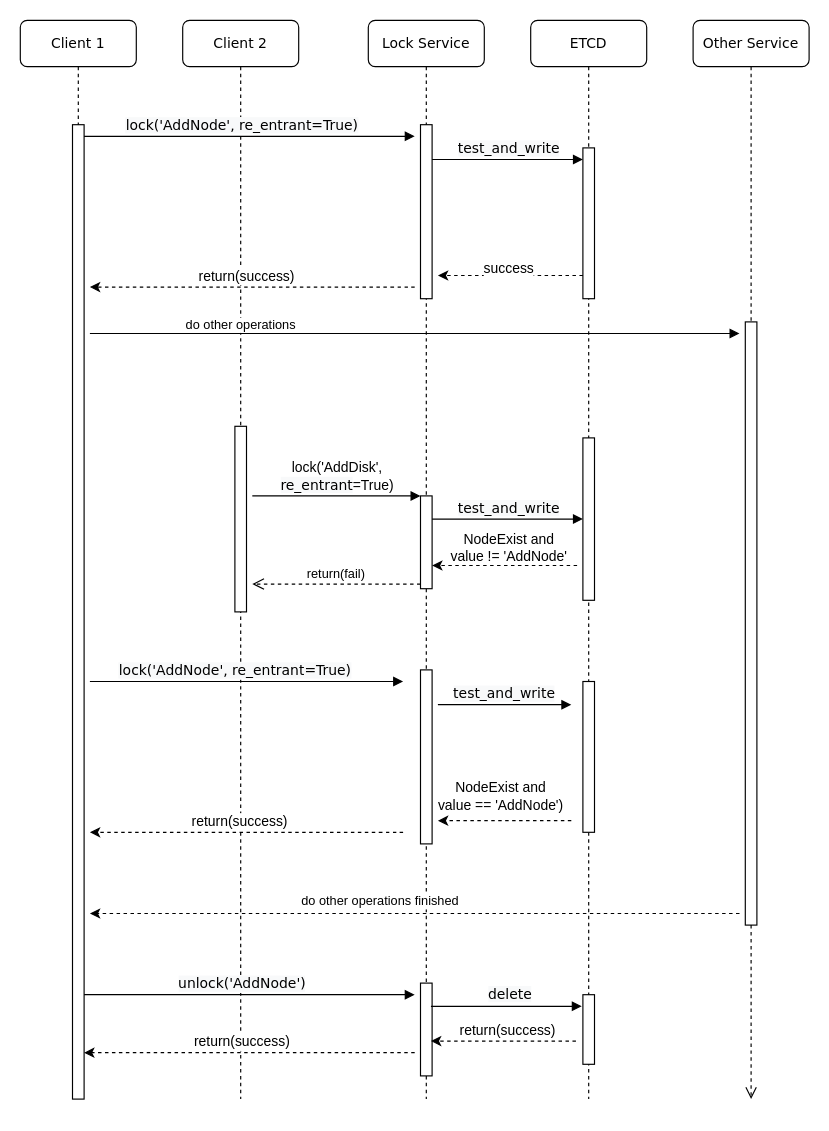
This is lockservice-func-spec.drawio from terryzhu/playground, a draw.io file, before an edit. Source tidied: cells renumbered, new cells numbered last; positions are measured from the earlier drawing's top-left corner, leaving out a move shared by most shapes. Both pictures are drawn from the tidied source at 116%, with x=0, y=0 at pixel (20, 20).
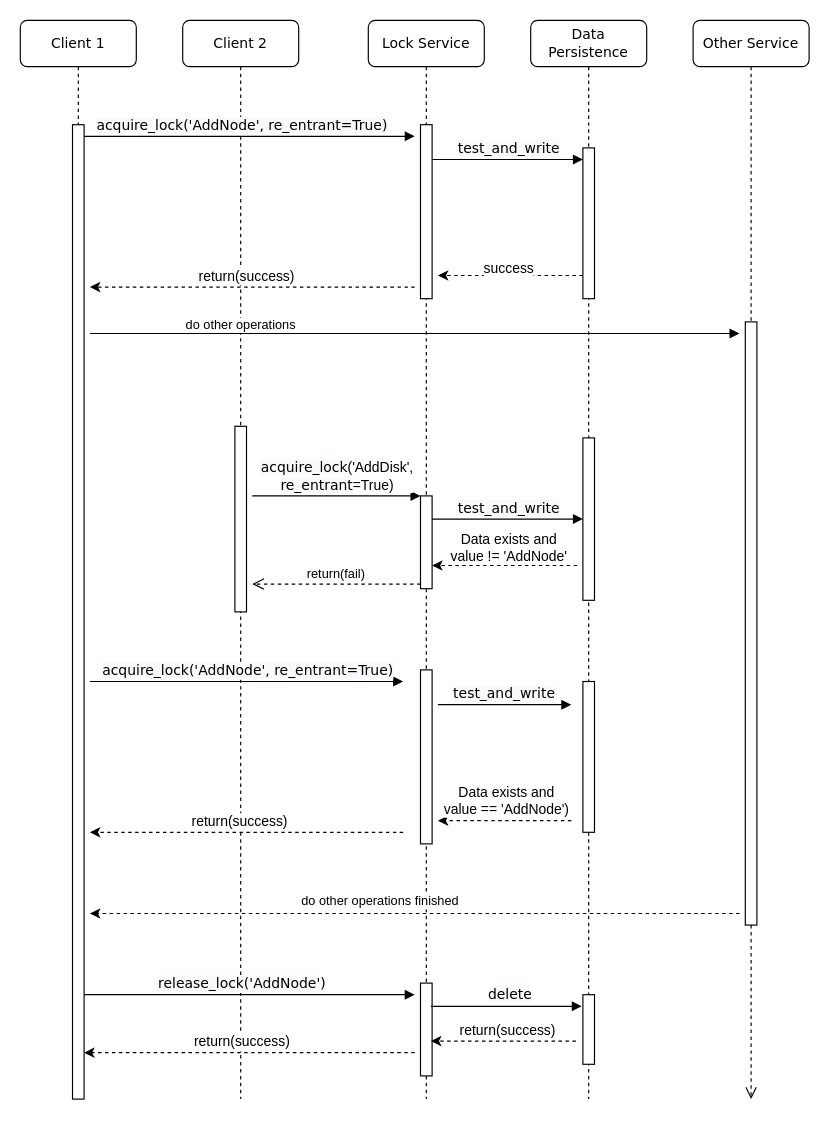
Above is the later version.

Unchanged cells that the change refers to:
```xml
<mxCell id="6" style="html=1;points=[];perimeter=orthogonalPerimeter;" parent="4" vertex="1">
  <mxGeometry x="45" y="410" width="10" height="80" as="geometry" />
</mxCell>
<mxCell id="21" style="html=1;verticalAlign=bottom;endArrow=block;labelBackgroundColor=none;fontFamily=Verdana;fontSize=12;edgeStyle=elbowEdgeStyle;elbow=vertical;" parent="1" edge="1" source="16">
  <mxGeometry relative="1" as="geometry">
    <mxPoint x="340" y="100" as="targetPoint" />
  </mxGeometry>
</mxCell>
<mxCell id="32" style="endArrow=classic;html=1;dashed=1;" parent="1" edge="1">
  <mxGeometry relative="1" as="geometry">
    <mxPoint x="480" y="470" as="sourcePoint" />
    <mxPoint x="355" y="470" as="targetPoint" />
  </mxGeometry>
</mxCell>
<mxCell id="34" style="html=1;verticalAlign=bottom;endArrow=block;labelBackgroundColor=none;fontFamily=Verdana;fontSize=12;edgeStyle=elbowEdgeStyle;elbow=vertical;" parent="1" edge="1">
  <mxGeometry relative="1" as="geometry">
    <mxPoint x="55" y="840" as="sourcePoint" />
    <mxPoint x="340" y="840" as="targetPoint" />
  </mxGeometry>
</mxCell>
<mxCell id="44" style="html=1;verticalAlign=bottom;endArrow=block;labelBackgroundColor=none;fontFamily=Verdana;fontSize=12;edgeStyle=elbowEdgeStyle;elbow=vertical;" parent="1" edge="1">
  <mxGeometry relative="1" as="geometry">
    <mxPoint x="60" y="570" as="sourcePoint" />
    <mxPoint x="330" y="570" as="targetPoint" />
  </mxGeometry>
</mxCell>
```

The edit, as a diff of the source:
```diff
@@
-    <mxCell id="9" value="ETCD" style="shape=umlLifeline;perimeter=lifelinePerimeter;whiteSpace=wrap;html=1;rounded=1;shadow=0;comic=0;labelBackgroundColor=none;strokeWidth=1;fontFamily=Verdana;fontSize=12;align=center;" parent="1" vertex="1">
+    <mxCell id="9" value="Data&lt;br&gt;Persistence" style="shape=umlLifeline;perimeter=lifelinePerimeter;whiteSpace=wrap;html=1;rounded=1;shadow=0;comic=0;labelBackgroundColor=none;strokeWidth=1;fontFamily=Verdana;fontSize=12;align=center;" parent="1" vertex="1">
       <mxGeometry x="440" width="100" height="930" as="geometry" />
     </mxCell>
@@
-    <mxCell id="22" value="&lt;span style=&quot;font-family: &amp;#34;verdana&amp;#34; ; background-color: rgb(248 , 249 , 250)&quot;&gt;lock('AddNode', re_entrant=True)&lt;/span&gt;" style="text;html=1;align=center;verticalAlign=middle;labelBackgroundColor=#ffffff;" parent="21" vertex="1">
+    <mxCell id="22" value="&lt;span style=&quot;font-family: &amp;#34;verdana&amp;#34; ; background-color: rgb(248 , 249 , 250)&quot;&gt;acquire_lock('AddNode', re_entrant=True)&lt;/span&gt;" style="text;html=1;align=center;verticalAlign=middle;labelBackgroundColor=#ffffff;" parent="21" vertex="1">
       <mxGeometry x="0.44" y="-1" relative="1" as="geometry">
         <mxPoint x="-70" y="-11" as="offset" />
       </mxGeometry>
     </mxCell>
@@
-    <mxCell id="27" value="&lt;font style=&quot;font-size: 12px&quot;&gt;lock('AddDisk', &lt;br&gt;&lt;span style=&quot;font-family: &amp;#34;verdana&amp;#34; ; background-color: rgb(248 , 249 , 250)&quot;&gt;re_entrant&lt;/span&gt;=True)&lt;/font&gt;" style="html=1;verticalAlign=bottom;endArrow=block;entryX=0;entryY=0;fontSize=12;" parent="1" edge="1" target="6">
+    <mxCell id="27" value="&lt;font style=&quot;font-size: 12px&quot;&gt;&lt;span style=&quot;font-family: &amp;#34;verdana&amp;#34; ; background-color: rgb(248 , 249 , 250)&quot;&gt;acquire_lock&lt;/span&gt;('AddDisk', &lt;br&gt;&lt;span style=&quot;font-family: &amp;#34;verdana&amp;#34; ; background-color: rgb(248 , 249 , 250)&quot;&gt;re_entrant&lt;/span&gt;=True)&lt;/font&gt;" style="html=1;verticalAlign=bottom;endArrow=block;entryX=0;entryY=0;fontSize=12;" parent="1" edge="1" target="6">
       <mxGeometry relative="1" as="geometry">
         <mxPoint x="200" y="410" as="sourcePoint" />
       </mxGeometry>
     </mxCell>
@@
-    <mxCell id="33" value="NodeExist and &lt;br&gt;value != 'AddNode'" style="text;html=1;align=center;verticalAlign=middle;labelBackgroundColor=#ffffff;" parent="32" vertex="1">
+    <mxCell id="33" value="Data exists and &lt;br&gt;value != 'AddNode'" style="text;html=1;align=center;verticalAlign=middle;labelBackgroundColor=#ffffff;" parent="32" vertex="1">
       <mxGeometry x="0.35" y="-6" relative="1" as="geometry">
         <mxPoint x="24" y="-10" as="offset" />
       </mxGeometry>
     </mxCell>
@@
-    <mxCell id="35" value="&lt;span style=&quot;font-family: &amp;#34;verdana&amp;#34; ; background-color: rgb(248 , 249 , 250)&quot;&gt;unlock('AddNode')&lt;/span&gt;" style="text;html=1;align=center;verticalAlign=middle;labelBackgroundColor=#ffffff;" parent="34" vertex="1">
+    <mxCell id="35" value="&lt;span style=&quot;font-family: &amp;#34;verdana&amp;#34; ; background-color: rgb(248 , 249 , 250)&quot;&gt;release_lock&lt;/span&gt;&lt;span style=&quot;font-family: &amp;#34;verdana&amp;#34; ; background-color: rgb(248 , 249 , 250)&quot;&gt;('AddNode')&lt;/span&gt;" style="text;html=1;align=center;verticalAlign=middle;labelBackgroundColor=#ffffff;" parent="34" vertex="1">
       <mxGeometry x="0.44" y="-1" relative="1" as="geometry">
         <mxPoint x="-70" y="-11" as="offset" />
       </mxGeometry>
     </mxCell>
@@
-    <mxCell id="45" value="&lt;span style=&quot;font-family: &amp;#34;verdana&amp;#34; ; background-color: rgb(248 , 249 , 250)&quot;&gt;lock('AddNode',&amp;nbsp;&lt;/span&gt;&lt;span style=&quot;font-family: &amp;#34;verdana&amp;#34; ; background-color: rgb(248 , 249 , 250)&quot;&gt;re_entrant&lt;/span&gt;&lt;span style=&quot;font-family: &amp;#34;verdana&amp;#34; ; background-color: rgb(248 , 249 , 250)&quot;&gt;=True)&lt;/span&gt;" style="text;html=1;align=center;verticalAlign=middle;labelBackgroundColor=#ffffff;" parent="44" vertex="1">
+    <mxCell id="45" value="&lt;span style=&quot;font-family: &amp;#34;verdana&amp;#34; ; background-color: rgb(248 , 249 , 250)&quot;&gt;acquire_lock&lt;/span&gt;&lt;span style=&quot;font-family: &amp;#34;verdana&amp;#34; ; background-color: rgb(248 , 249 , 250)&quot;&gt;('AddNode',&amp;nbsp;&lt;/span&gt;&lt;span style=&quot;font-family: &amp;#34;verdana&amp;#34; ; background-color: rgb(248 , 249 , 250)&quot;&gt;re_entrant&lt;/span&gt;&lt;span style=&quot;font-family: &amp;#34;verdana&amp;#34; ; background-color: rgb(248 , 249 , 250)&quot;&gt;=True)&lt;/span&gt;" style="text;html=1;align=center;verticalAlign=middle;labelBackgroundColor=#ffffff;" parent="44" vertex="1">
       <mxGeometry x="0.44" y="-1" relative="1" as="geometry">
-        <mxPoint x="-70" y="-11" as="offset" />
+        <mxPoint x="-59" y="-11" as="offset" />
       </mxGeometry>
     </mxCell>
@@
-    <mxCell id="49" value="NodeExist and &lt;br&gt;value == 'AddNode')" style="text;html=1;align=center;verticalAlign=middle;labelBackgroundColor=#ffffff;" parent="1" vertex="1">
+    <mxCell id="49" value="Data exists and &lt;br&gt;value == 'AddNode')" style="text;html=1;align=center;verticalAlign=middle;labelBackgroundColor=#ffffff;" parent="1" vertex="1">
       <mxGeometry x="390" y="670" as="geometry">
-        <mxPoint x="23" y="-2" as="offset" />
+        <mxPoint x="28" y="2" as="offset" />
       </mxGeometry>
     </mxCell>
```
